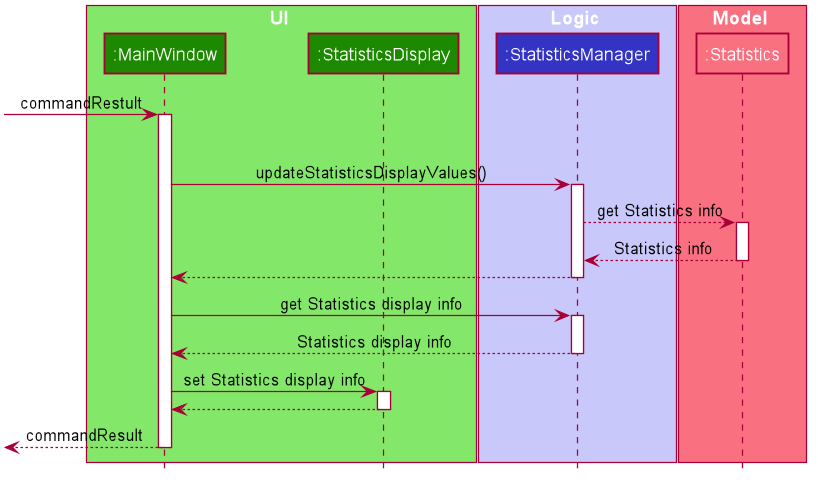
The PlantUML diagram docs/images/StatisticsUiSequenceDiagram.png in AY1920S2-CS2103T-W16-01/main, before a commit.
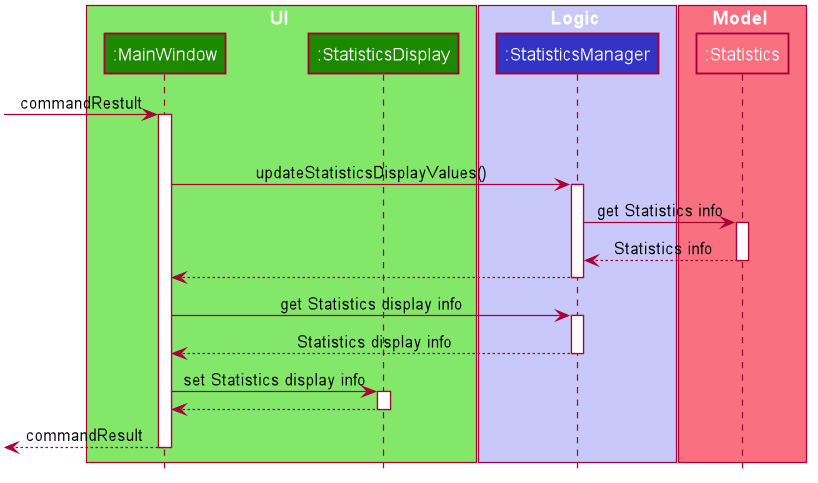
Later version of the same file.

Change to the diagram source:
```diff
@@ -68,7 +68,7 @@
 MainWindow -> StatisticsManager: updateStatisticsDisplayValues()
 activate StatisticsManager
 
-StatisticsManager --> Statistics: get Statistics info
+StatisticsManager -> Statistics: get Statistics info
 activate Statistics
 
 Statistics --> StatisticsManager: Statistics info
```
